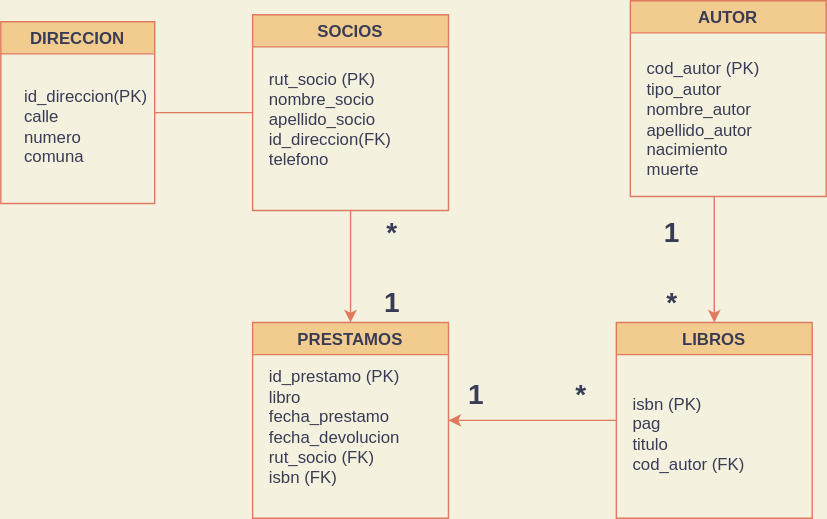
latiscool/BD_Bilbioteca_LTG keeps this draw.io diagram as Modelo_Fisico_03.svg. Above is the earlier version. Source tidied: cells renumbered, new cells last; positions are measured from the earlier drawing's top-left corner, leaving out a move shared by most shapes.
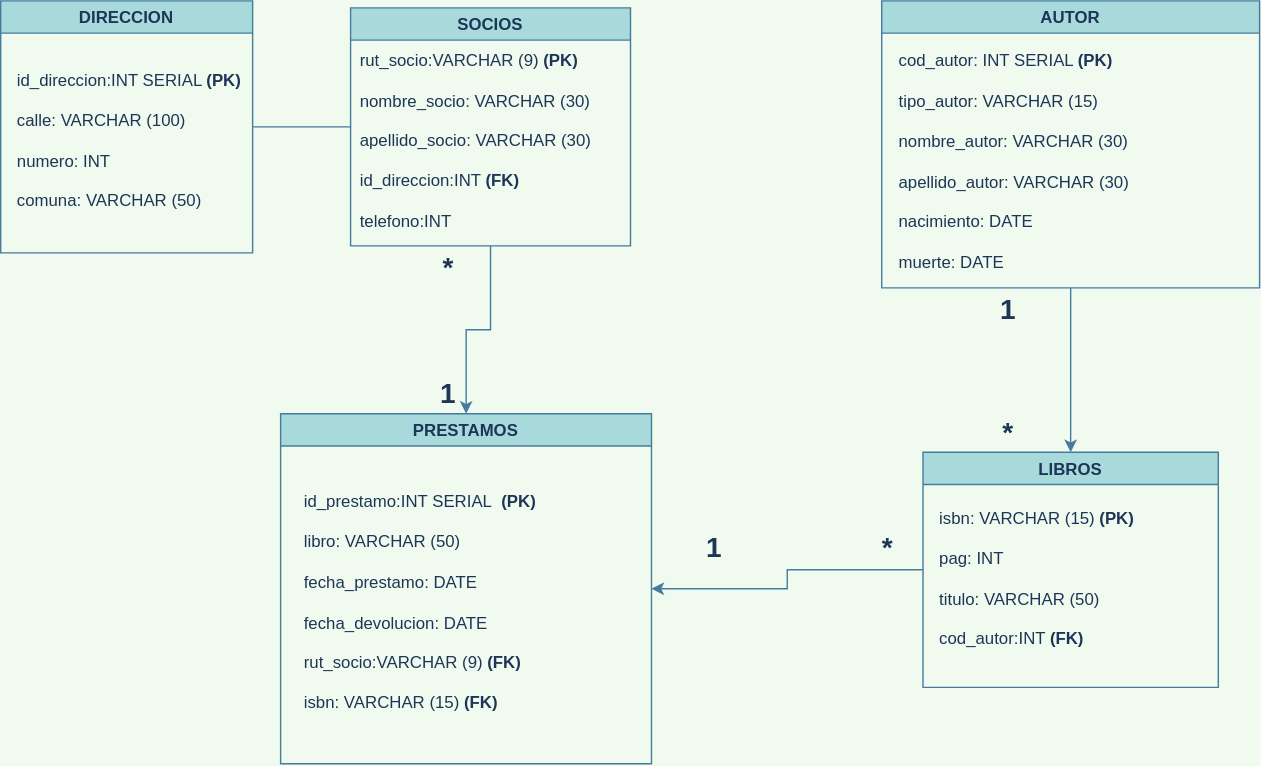
Above is the later version.

Diff of the diagram source:
```diff
@@ -1,68 +1,66 @@
-<mxGraphModel background="#F4F1DE">
+<mxGraphModel background="#F1FAEE">
   <root>
     <mxCell id="0" />
     <mxCell id="1" parent="0" />
-    <mxCell id="2" style="edgeStyle=orthogonalEdgeStyle;rounded=0;jettySize=auto;html=1;labelBackgroundColor=#F4F1DE;strokeColor=#E07A5F;fontColor=#393C56;" parent="1" edge="1" source="3" target="6">
+    <mxCell id="2" style="edgeStyle=orthogonalEdgeStyle;rounded=0;jettySize=auto;html=1;labelBackgroundColor=#F1FAEE;strokeColor=#457B9D;fontColor=#1D3557;" parent="1" edge="1" source="3" target="6">
       <mxGeometry relative="1" as="geometry" />
     </mxCell>
-    <mxCell id="3" value="SOCIOS" style="swimlane;fillColor=#F2CC8F;strokeColor=#E07A5F;fontColor=#393C56;" parent="1" vertex="1">
-      <mxGeometry x="180" y="10" width="140" height="140" as="geometry" />
+    <mxCell id="3" value="SOCIOS" style="swimlane;fillColor=#A8DADC;strokeColor=#457B9D;fontColor=#1D3557;" parent="1" vertex="1">
+      <mxGeometry x="250" y="-20" width="200" height="170" as="geometry" />
     </mxCell>
-    <mxCell id="4" value="&lt;blockquote style=&quot;margin: 0 0 0 40px ; border: none ; padding: 0px&quot;&gt;&lt;/blockquote&gt;&lt;span&gt;rut_socio (PK)&lt;/span&gt;&lt;br&gt;&lt;blockquote style=&quot;margin: 0 0 0 40px ; border: none ; padding: 0px&quot;&gt;&lt;/blockquote&gt;&lt;span&gt;nombre_socio&lt;/span&gt;&lt;br&gt;&lt;blockquote style=&quot;margin: 0 0 0 40px ; border: none ; padding: 0px&quot;&gt;&lt;/blockquote&gt;&lt;span&gt;apellido_socio&lt;/span&gt;&lt;br&gt;&lt;blockquote style=&quot;margin: 0 0 0 40px ; border: none ; padding: 0px&quot;&gt;&lt;/blockquote&gt;&lt;span&gt;id_direccion(FK)&lt;/span&gt;&lt;br&gt;&lt;span&gt;telefono&lt;/span&gt;" style="text;html=1;strokeColor=none;fillColor=none;align=left;verticalAlign=middle;whiteSpace=wrap;rounded=0;fontColor=#393C56;" parent="3" vertex="1">
-      <mxGeometry x="10" y="20" width="120" height="110" as="geometry" />
-    </mxCell>
+    <mxCell id="22" value="&lt;blockquote style=&quot;margin: 0 0 0 40px ; border: none ; padding: 0px&quot;&gt;&lt;/blockquote&gt;rut_socio:VARCHAR (9)&amp;nbsp;&lt;b&gt;(PK)&lt;br&gt;&lt;br&gt;&lt;/b&gt;nombre_socio: VARCHAR (30)&lt;br&gt;&lt;br&gt;&lt;blockquote style=&quot;margin: 0 0 0 40px ; border: none ; padding: 0px&quot;&gt;&lt;/blockquote&gt;apellido_socio:&amp;nbsp;VARCHAR (30)&lt;br&gt;&lt;blockquote style=&quot;margin: 0 0 0 40px ; border: none ; padding: 0px&quot;&gt;&lt;/blockquote&gt;&lt;br&gt;id_direccion:INT &lt;b&gt;(FK)&lt;br&gt;&lt;/b&gt;&lt;br&gt;telefono:INT" style="text;html=1;strokeColor=none;fillColor=none;align=left;verticalAlign=middle;whiteSpace=wrap;rounded=0;fontColor=#1D3557;" parent="3" vertex="1">
+      <mxGeometry x="5" y="30" width="185" height="130" as="geometry" />
+    </mxCell>
-    <mxCell id="5" style="edgeStyle=orthogonalEdgeStyle;rounded=0;jettySize=auto;html=1;labelBackgroundColor=#F4F1DE;strokeColor=#E07A5F;fontColor=#393C56;endArrow=none;endFill=0;startArrow=classic;startFill=1;" parent="1" edge="1" source="6" target="10">
+    <mxCell id="5" style="edgeStyle=orthogonalEdgeStyle;rounded=0;jettySize=auto;html=1;labelBackgroundColor=#F1FAEE;strokeColor=#457B9D;fontColor=#1D3557;endArrow=none;endFill=0;startArrow=classic;startFill=1;" parent="1" edge="1" source="6" target="10">
       <mxGeometry relative="1" as="geometry" />
     </mxCell>
-    <mxCell id="6" value="PRESTAMOS" style="swimlane;startSize=23;fillColor=#F2CC8F;strokeColor=#E07A5F;fontColor=#393C56;" parent="1" vertex="1">
-      <mxGeometry x="180" y="230" width="140" height="140" as="geometry" />
+    <mxCell id="6" value="PRESTAMOS" style="swimlane;startSize=23;fillColor=#A8DADC;strokeColor=#457B9D;fontColor=#1D3557;" parent="1" vertex="1">
+      <mxGeometry x="200" y="270" width="265" height="250" as="geometry" />
     </mxCell>
-    <mxCell id="7" value="&lt;font style=&quot;font-size: 20px;&quot;&gt;&lt;b style=&quot;font-size: 20px;&quot;&gt;1&lt;/b&gt;&lt;/font&gt;" style="text;html=1;strokeColor=none;fillColor=none;align=center;verticalAlign=middle;whiteSpace=wrap;rounded=0;fontSize=20;fontColor=#393C56;" parent="6" vertex="1">
-      <mxGeometry x="70" y="-30" width="60" height="30" as="geometry" />
-    </mxCell>
-    <mxCell id="8" value="&lt;blockquote style=&quot;margin: 0 0 0 40px ; border: none ; padding: 0px&quot;&gt;&lt;/blockquote&gt;id_prestamo (PK)&lt;br&gt;libro&lt;br&gt;fecha_prestamo&lt;br&gt;fecha_devolucion&lt;br&gt;rut_socio (FK)&lt;br&gt;isbn (FK)" style="text;html=1;strokeColor=none;fillColor=none;align=left;verticalAlign=middle;whiteSpace=wrap;rounded=0;fontColor=#393C56;" parent="6" vertex="1">
-      <mxGeometry x="10" y="20" width="130" height="110" as="geometry" />
-    </mxCell>
-    <mxCell id="9" style="edgeStyle=orthogonalEdgeStyle;rounded=0;jettySize=auto;html=1;labelBackgroundColor=#F4F1DE;strokeColor=#E07A5F;fontColor=#393C56;exitX=0.5;exitY=1;exitDx=0;exitDy=0;entryX=0.5;entryY=0;entryDx=0;entryDy=0;" parent="1" edge="1" target="10">
-      <mxGeometry relative="1" as="geometry">
-        <mxPoint x="510" y="140" as="sourcePoint" />
-      </mxGeometry>
-    </mxCell>
+    <mxCell id="23" value="&lt;blockquote style=&quot;margin: 0 0 0 40px ; border: none ; padding: 0px&quot;&gt;&lt;/blockquote&gt;id_prestamo:INT SERIAL&amp;nbsp; &lt;b&gt;(PK)&lt;/b&gt;&lt;br&gt;&lt;br&gt;libro: VARCHAR (50)&lt;br&gt;&lt;br&gt;fecha_prestamo: DATE&lt;br&gt;&lt;br&gt;fecha_devolucion: DATE&lt;br&gt;&lt;br&gt;rut_socio:VARCHAR (9)&amp;nbsp;&lt;b&gt;(FK)&lt;/b&gt;&lt;br&gt;&amp;nbsp;&lt;br&gt;isbn: VARCHAR (15)&amp;nbsp;&lt;b&gt;(FK)&lt;/b&gt;" style="text;html=1;strokeColor=none;fillColor=none;align=left;verticalAlign=middle;whiteSpace=wrap;rounded=0;fontColor=#1D3557;" parent="6" vertex="1">
+      <mxGeometry x="15" y="30" width="225" height="210" as="geometry" />
+    </mxCell>
+    <mxCell id="24" style="edgeStyle=orthogonalEdgeStyle;rounded=0;jettySize=auto;html=1;labelBackgroundColor=#F1FAEE;strokeColor=#457B9D;fontColor=#1D3557;exitX=0.5;exitY=1;exitDx=0;exitDy=0;entryX=0.5;entryY=0;entryDx=0;entryDy=0;" parent="1" edge="1" source="12" target="10">
+      <mxGeometry relative="1" as="geometry" />
+    </mxCell>
-    <mxCell id="10" value="LIBROS" style="swimlane;startSize=23;fillColor=#F2CC8F;strokeColor=#E07A5F;fontColor=#393C56;" parent="1" vertex="1">
-      <mxGeometry x="440" y="230" width="140" height="140" as="geometry" />
+    <mxCell id="10" value="LIBROS" style="swimlane;startSize=23;fillColor=#A8DADC;strokeColor=#457B9D;fontColor=#1D3557;" parent="1" vertex="1">
+      <mxGeometry x="659" y="297.5" width="211" height="168" as="geometry" />
     </mxCell>
-    <mxCell id="11" value="&lt;div&gt;&lt;span&gt;isbn (PK)&lt;/span&gt;&lt;/div&gt;&lt;div&gt;&lt;span&gt;pag&lt;/span&gt;&lt;/div&gt;&lt;div&gt;&lt;span&gt;titulo&lt;/span&gt;&lt;/div&gt;&lt;div&gt;&lt;span&gt;cod_autor (FK)&lt;/span&gt;&lt;/div&gt;" style="text;html=1;strokeColor=none;fillColor=none;align=left;verticalAlign=middle;whiteSpace=wrap;rounded=0;sketch=0;fontColor=#393C56;" parent="10" vertex="1">
-      <mxGeometry x="10" y="30" width="110" height="100" as="geometry" />
-    </mxCell>
+    <mxCell id="25" value="&lt;div&gt;isbn: VARCHAR (15) &lt;b&gt;(PK)&lt;/b&gt;&lt;/div&gt;&lt;div&gt;&lt;b&gt;&lt;br&gt;&lt;/b&gt;&lt;/div&gt;&lt;div&gt;&lt;span&gt;pag: INT&lt;/span&gt;&lt;/div&gt;&lt;div&gt;&lt;span&gt;&lt;br&gt;&lt;/span&gt;&lt;/div&gt;&lt;div&gt;&lt;span&gt;titulo: VARCHAR (50)&lt;/span&gt;&lt;/div&gt;&lt;div&gt;&lt;span&gt;&lt;br&gt;&lt;/span&gt;&lt;/div&gt;&lt;div&gt;cod_autor:INT &lt;b&gt;(FK)&lt;/b&gt;&lt;/div&gt;" style="text;html=1;strokeColor=none;fillColor=none;align=left;verticalAlign=middle;whiteSpace=wrap;rounded=0;sketch=0;fontColor=#1D3557;" parent="10" vertex="1">
+      <mxGeometry x="10" y="30" width="180" height="120" as="geometry" />
+    </mxCell>
-    <mxCell id="12" value="AUTOR" style="swimlane;fillColor=#F2CC8F;strokeColor=#E07A5F;fontColor=#393C56;" parent="1" vertex="1">
-      <mxGeometry x="450" width="140" height="140" as="geometry" />
+    <mxCell id="12" value="AUTOR" style="swimlane;fillColor=#A8DADC;strokeColor=#457B9D;fontColor=#1D3557;" parent="1" vertex="1">
+      <mxGeometry x="629.5" y="-25" width="270" height="205" as="geometry" />
     </mxCell>
-    <mxCell id="13" value="cod_autor (PK)&lt;br&gt;tipo_autor&lt;br&gt;nombre_autor&lt;br&gt;apellido_autor&lt;br&gt;nacimiento&lt;br&gt;muerte" style="text;html=1;strokeColor=none;fillColor=none;align=left;verticalAlign=middle;whiteSpace=wrap;rounded=0;sketch=0;fontColor=#393C56;" parent="12" vertex="1">
-      <mxGeometry x="10" y="30" width="120" height="110" as="geometry" />
-    </mxCell>
-    <mxCell id="14" value="&lt;font style=&quot;font-size: 20px;&quot;&gt;&lt;b style=&quot;font-size: 20px;&quot;&gt;*&lt;/b&gt;&lt;/font&gt;" style="text;html=1;strokeColor=none;fillColor=none;align=center;verticalAlign=middle;whiteSpace=wrap;rounded=0;fontSize=20;fontColor=#393C56;" parent="1" vertex="1">
-      <mxGeometry x="250" y="150" width="60" height="30" as="geometry" />
-    </mxCell>
-    <mxCell id="15" value="&lt;font style=&quot;font-size: 20px;&quot;&gt;&lt;b style=&quot;font-size: 20px;&quot;&gt;1&lt;/b&gt;&lt;/font&gt;" style="text;html=1;strokeColor=none;fillColor=none;align=center;verticalAlign=middle;whiteSpace=wrap;rounded=0;fontSize=20;fontColor=#393C56;" parent="1" vertex="1">
-      <mxGeometry x="310" y="266" width="60" height="30" as="geometry" />
-    </mxCell>
-    <mxCell id="16" value="&lt;font style=&quot;font-size: 20px&quot;&gt;&lt;b style=&quot;font-size: 20px&quot;&gt;*&lt;/b&gt;&lt;/font&gt;" style="text;html=1;strokeColor=none;fillColor=none;align=center;verticalAlign=middle;whiteSpace=wrap;rounded=0;fontSize=20;fontColor=#393C56;" parent="1" vertex="1">
-      <mxGeometry x="390" y="266" width="50" height="30" as="geometry" />
-    </mxCell>
-    <mxCell id="17" value="&lt;font style=&quot;font-size: 20px;&quot;&gt;&lt;b style=&quot;font-size: 20px;&quot;&gt;1&lt;/b&gt;&lt;/font&gt;" style="text;html=1;strokeColor=none;fillColor=none;align=center;verticalAlign=middle;whiteSpace=wrap;rounded=0;fontSize=20;fontColor=#393C56;" parent="1" vertex="1">
-      <mxGeometry x="450" y="150" width="60" height="30" as="geometry" />
-    </mxCell>
-    <mxCell id="18" value="&lt;font style=&quot;font-size: 20px&quot;&gt;&lt;b style=&quot;font-size: 20px&quot;&gt;*&lt;/b&gt;&lt;/font&gt;" style="text;html=1;strokeColor=none;fillColor=none;align=center;verticalAlign=middle;whiteSpace=wrap;rounded=0;fontSize=20;fontColor=#393C56;" parent="1" vertex="1">
-      <mxGeometry x="450" y="200" width="60" height="30" as="geometry" />
-    </mxCell>
+    <mxCell id="26" value="cod_autor: INT SERIAL &lt;b&gt;(PK)&lt;br&gt;&lt;/b&gt;&lt;br&gt;tipo_autor: VARCHAR (15)&lt;br&gt;&lt;br&gt;nombre_autor: VARCHAR (30)&lt;br&gt;&lt;br&gt;apellido_autor: VARCHAR (30)&lt;br&gt;&lt;br&gt;nacimiento: DATE&lt;br&gt;&lt;br&gt;muerte: DATE" style="text;html=1;strokeColor=none;fillColor=none;align=left;verticalAlign=middle;whiteSpace=wrap;rounded=0;sketch=0;fontColor=#1D3557;" parent="12" vertex="1">
+      <mxGeometry x="10" y="30" width="250" height="170" as="geometry" />
+    </mxCell>
+    <mxCell id="27" value="&lt;font style=&quot;font-size: 20px;&quot;&gt;&lt;b style=&quot;font-size: 20px;&quot;&gt;*&lt;/b&gt;&lt;/font&gt;" style="text;html=1;strokeColor=none;fillColor=none;align=center;verticalAlign=middle;whiteSpace=wrap;rounded=0;fontSize=20;fontColor=#1D3557;" parent="1" vertex="1">
+      <mxGeometry x="290" y="150" width="60" height="30" as="geometry" />
+    </mxCell>
+    <mxCell id="28" value="&lt;font style=&quot;font-size: 20px;&quot;&gt;&lt;b style=&quot;font-size: 20px;&quot;&gt;1&lt;/b&gt;&lt;/font&gt;" style="text;html=1;strokeColor=none;fillColor=none;align=center;verticalAlign=middle;whiteSpace=wrap;rounded=0;fontSize=20;fontColor=#1D3557;" parent="1" vertex="1">
+      <mxGeometry x="480" y="350" width="60" height="30" as="geometry" />
+    </mxCell>
+    <mxCell id="29" value="&lt;font style=&quot;font-size: 20px&quot;&gt;&lt;b style=&quot;font-size: 20px&quot;&gt;*&lt;/b&gt;&lt;/font&gt;" style="text;html=1;strokeColor=none;fillColor=none;align=center;verticalAlign=middle;whiteSpace=wrap;rounded=0;fontSize=20;fontColor=#1D3557;" parent="1" vertex="1">
+      <mxGeometry x="609" y="350" width="50" height="30" as="geometry" />
+    </mxCell>
+    <mxCell id="30" value="&lt;font style=&quot;font-size: 20px;&quot;&gt;&lt;b style=&quot;font-size: 20px;&quot;&gt;1&lt;/b&gt;&lt;/font&gt;" style="text;html=1;strokeColor=none;fillColor=none;align=center;verticalAlign=middle;whiteSpace=wrap;rounded=0;fontSize=20;fontColor=#1D3557;" parent="1" vertex="1">
+      <mxGeometry x="690" y="180" width="60" height="30" as="geometry" />
+    </mxCell>
+    <mxCell id="31" value="&lt;font style=&quot;font-size: 20px&quot;&gt;&lt;b style=&quot;font-size: 20px&quot;&gt;*&lt;/b&gt;&lt;/font&gt;" style="text;html=1;strokeColor=none;fillColor=none;align=center;verticalAlign=middle;whiteSpace=wrap;rounded=0;fontSize=20;fontColor=#1D3557;" parent="1" vertex="1">
+      <mxGeometry x="690" y="267.5" width="60" height="30" as="geometry" />
+    </mxCell>
-    <mxCell id="19" value="DIRECCION" style="swimlane;rounded=0;sketch=0;fontColor=#393C56;strokeColor=#E07A5F;fillColor=#F2CC8F;" parent="1" vertex="1">
-      <mxGeometry y="15" width="110" height="130" as="geometry" />
+    <mxCell id="19" value="DIRECCION" style="swimlane;rounded=0;sketch=0;fontColor=#1D3557;strokeColor=#457B9D;fillColor=#A8DADC;" parent="1" vertex="1">
+      <mxGeometry y="-25" width="180" height="180" as="geometry" />
     </mxCell>
-    <mxCell id="20" value="&lt;blockquote style=&quot;margin: 0 0 0 40px ; border: none ; padding: 0px&quot;&gt;&lt;/blockquote&gt;id_direccion(PK)&lt;br&gt;calle&lt;br&gt;numero&lt;br&gt;comuna" style="text;html=1;strokeColor=none;fillColor=none;align=left;verticalAlign=middle;whiteSpace=wrap;rounded=0;fontColor=#393C56;" parent="19" vertex="1">
-      <mxGeometry x="15" y="30" width="85" height="90" as="geometry" />
-    </mxCell>
+    <mxCell id="32" value="&lt;blockquote style=&quot;margin: 0 0 0 40px ; border: none ; padding: 0px&quot;&gt;&lt;/blockquote&gt;id_direccion:INT SERIAL &lt;b&gt;(PK)&lt;br&gt;&lt;/b&gt;&lt;br&gt;calle: VARCHAR (100)&lt;br&gt;&lt;br&gt;numero: INT&lt;br&gt;&lt;br&gt;comuna: VARCHAR (50)" style="text;html=1;strokeColor=none;fillColor=none;align=left;verticalAlign=middle;whiteSpace=wrap;rounded=0;fontColor=#1D3557;" parent="19" vertex="1">
+      <mxGeometry x="10" y="30" width="170" height="140" as="geometry" />
+    </mxCell>
-    <mxCell id="21" style="endArrow=none;html=1;rounded=1;sketch=0;fontColor=#393C56;strokeColor=#E07A5F;fillColor=#F2CC8F;curved=0;exitX=0;exitY=0.5;exitDx=0;exitDy=0;entryX=1;entryY=0.5;entryDx=0;entryDy=0;labelBackgroundColor=#F4F1DE;" parent="1" edge="1" source="3" target="19">
+    <mxCell id="21" style="endArrow=none;html=1;rounded=1;sketch=0;fontColor=#1D3557;strokeColor=#457B9D;fillColor=#A8DADC;curved=0;exitX=0;exitY=0.5;exitDx=0;exitDy=0;entryX=1;entryY=0.5;entryDx=0;entryDy=0;" parent="1" edge="1" source="3" target="19">
       <mxGeometry relative="1" as="geometry" />
     </mxCell>
+    <mxCell id="33" value="&lt;font style=&quot;font-size: 20px;&quot;&gt;&lt;b style=&quot;font-size: 20px;&quot;&gt;1&lt;/b&gt;&lt;/font&gt;" style="text;html=1;strokeColor=none;fillColor=none;align=center;verticalAlign=middle;whiteSpace=wrap;rounded=0;fontSize=20;fontColor=#1D3557;" parent="1" vertex="1">
+      <mxGeometry x="290" y="240" width="60" height="30" as="geometry" />
+    </mxCell>
   </root>
 </mxGraphModel>
```
